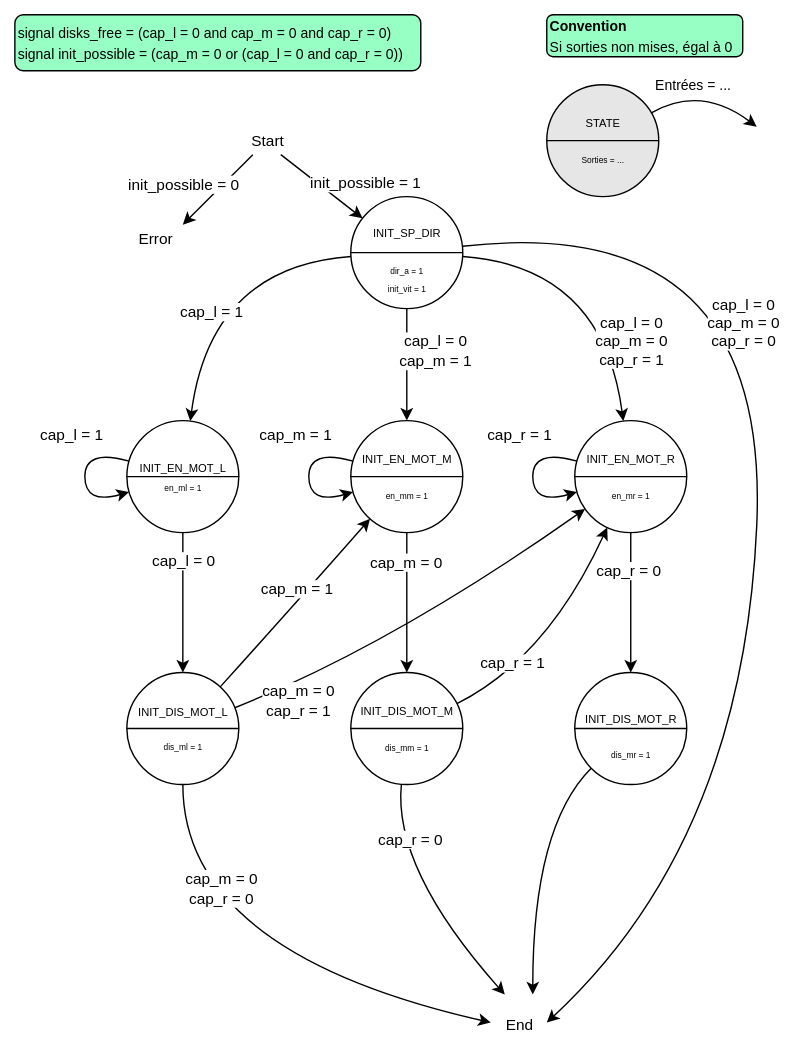
Earlier version of the draw.io export doc/images/state_init_sequence.svg (Schokiiiiiiii/csn26). Source tidied: cells renumbered, new cells last; positions are measured from the earlier drawing's top-left corner, leaving out a move shared by most shapes.
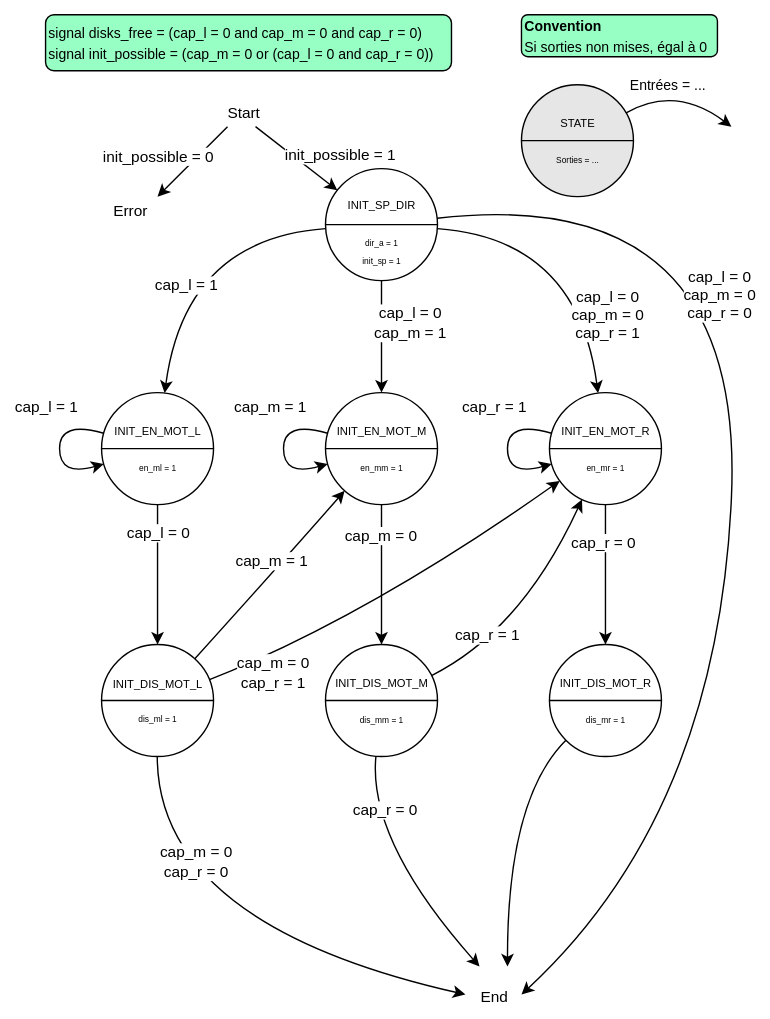
The same diagram one commit later.

Diff of the diagram source:
```diff
@@ -2,7 +2,7 @@
   <root>
     <mxCell id="0" />
     <mxCell id="1" parent="0" />
-    <mxCell id="2" value="&lt;div style=&quot;line-height: 90%;&quot;&gt;&lt;font style=&quot;font-size: 6px; line-height: 90%;&quot;&gt;&lt;span&gt;&lt;br&gt;&lt;/span&gt;&lt;/font&gt;&lt;/div&gt;&lt;div style=&quot;line-height: 90%;&quot;&gt;&lt;font style=&quot;line-height: 90%;&quot;&gt;&lt;span style=&quot;font-size: 8px;&quot;&gt;INIT_SP_DIR&lt;/span&gt;&lt;br&gt;&lt;/font&gt;&lt;div&gt;&lt;font style=&quot;font-size: 6px;&quot;&gt;&lt;br&gt;&lt;/font&gt;&lt;/div&gt;&lt;div&gt;&lt;span style=&quot;font-size: 6px;&quot;&gt;dir_a = 1&lt;br&gt;&lt;/span&gt;&lt;/div&gt;&lt;div&gt;&lt;span style=&quot;font-size: 6px;&quot;&gt;init_vit = 1&lt;/span&gt;&lt;/div&gt;&lt;/div&gt;" style="ellipse;whiteSpace=wrap;html=1;" parent="1" vertex="1">
+    <mxCell id="2" value="&lt;div style=&quot;line-height: 90%;&quot;&gt;&lt;font style=&quot;font-size: 6px; line-height: 90%;&quot;&gt;&lt;span&gt;&lt;br&gt;&lt;/span&gt;&lt;/font&gt;&lt;/div&gt;&lt;div style=&quot;line-height: 90%;&quot;&gt;&lt;font style=&quot;line-height: 90%;&quot;&gt;&lt;span style=&quot;font-size: 8px;&quot;&gt;INIT_SP_DIR&lt;/span&gt;&lt;br&gt;&lt;/font&gt;&lt;div&gt;&lt;font style=&quot;font-size: 6px;&quot;&gt;&lt;br&gt;&lt;/font&gt;&lt;/div&gt;&lt;div&gt;&lt;span style=&quot;font-size: 6px;&quot;&gt;dir_a = 1&lt;br&gt;&lt;/span&gt;&lt;/div&gt;&lt;div&gt;&lt;span style=&quot;font-size: 6px;&quot;&gt;init_sp = 1&lt;/span&gt;&lt;/div&gt;&lt;/div&gt;" style="ellipse;whiteSpace=wrap;html=1;" parent="1" vertex="1">
       <mxGeometry x="240" y="130" width="80" height="80" as="geometry" />
     </mxCell>
     <mxCell id="3" style="endArrow=none;html=1;rounded=0;exitX=0;exitY=0.5;exitDx=0;exitDy=0;entryX=1;entryY=0.5;entryDx=0;entryDy=0;" parent="1" edge="1" source="2" target="2">
@@ -19,19 +19,19 @@
       </mxGeometry>
     </mxCell>
     <mxCell id="6" value="&lt;font style=&quot;font-size: 10px;&quot;&gt;signal disks_free =&amp;nbsp;&lt;span style=&quot;background-color: transparent; color: light-dark(rgb(0, 0, 0), rgb(255, 255, 255));&quot;&gt;(cap_l = 0 and cap_m = 0 and cap_r = 0)&lt;/span&gt;&lt;/font&gt;&lt;div style=&quot;&quot;&gt;&lt;span style=&quot;background-color: transparent; color: light-dark(rgb(0, 0, 0), rgb(255, 255, 255));&quot;&gt;&lt;font style=&quot;font-size: 10px;&quot;&gt;signal init_possible = (cap_m = 0 or (cap_l = 0 and cap_r = 0))&lt;/font&gt;&lt;/span&gt;&lt;/div&gt;" style="rounded=1;whiteSpace=wrap;html=1;align=left;fillColor=#97FFC4;" parent="1" vertex="1">
-      <mxGeometry width="290" height="40" as="geometry" />
+      <mxGeometry x="40" y="20" width="290" height="40" as="geometry" />
     </mxCell>
     <mxCell id="7" value="&lt;div style=&quot;line-height: 90%;&quot;&gt;&lt;span style=&quot;font-size: 8px; background-color: transparent; color: light-dark(rgb(0, 0, 0), rgb(255, 255, 255));&quot;&gt;STATE&lt;/span&gt;&lt;/div&gt;&lt;div style=&quot;line-height: 90%;&quot;&gt;&lt;span style=&quot;font-size: 8px; background-color: transparent; color: light-dark(rgb(0, 0, 0), rgb(255, 255, 255));&quot;&gt;&lt;br&gt;&lt;/span&gt;&lt;/div&gt;&lt;div style=&quot;line-height: 90%;&quot;&gt;&lt;div&gt;&lt;span style=&quot;font-size: 6px;&quot;&gt;Sorties = ...&lt;/span&gt;&lt;/div&gt;&lt;/div&gt;" style="ellipse;whiteSpace=wrap;html=1;fillColor=#E6E6E6;" parent="1" vertex="1">
-      <mxGeometry x="380" y="50" width="80" height="80" as="geometry" />
+      <mxGeometry x="380" y="70" width="80" height="80" as="geometry" />
     </mxCell>
     <mxCell id="8" style="endArrow=none;html=1;rounded=0;exitX=0;exitY=0.5;exitDx=0;exitDy=0;entryX=1;entryY=0.5;entryDx=0;entryDy=0;" parent="1" edge="1" source="7" target="7">
       <mxGeometry relative="1" as="geometry" />
     </mxCell>
     <mxCell id="9" style="curved=1;endArrow=classic;html=1;rounded=0;" parent="1" edge="1" source="7">
       <mxGeometry relative="1" as="geometry">
-        <mxPoint x="530" y="80" as="targetPoint" />
+        <mxPoint x="530" y="100" as="targetPoint" />
         <Array as="points">
-          <mxPoint x="490" y="50" />
+          <mxPoint x="490" y="70" />
         </Array>
       </mxGeometry>
     </mxCell>
@@ -41,7 +41,7 @@
       </mxGeometry>
     </mxCell>
     <mxCell id="11" value="&lt;div&gt;&lt;font style=&quot;font-size: 10px;&quot;&gt;&lt;b&gt;Convention&lt;/b&gt;&lt;/font&gt;&lt;div&gt;&lt;font style=&quot;font-size: 10px;&quot;&gt;Si sorties non mises, égal à 0&lt;/font&gt;&lt;/div&gt;&lt;/div&gt;" style="rounded=1;whiteSpace=wrap;html=1;align=left;fillColor=#97FFC4;" parent="1" vertex="1">
-      <mxGeometry x="380" width="140" height="30" as="geometry" />
+      <mxGeometry x="380" y="20" width="140" height="30" as="geometry" />
     </mxCell>
     <mxCell id="12" style="endArrow=classic;html=1;rounded=0;" parent="1" edge="1">
       <mxGeometry relative="1" as="geometry">
@@ -62,7 +62,7 @@
     <mxCell id="15" value="init_possible = 1" style="edgeLabel;html=1;align=center;verticalAlign=middle;" parent="1" vertex="1">
       <mxGeometry x="250" y="120" as="geometry" />
     </mxCell>
-    <mxCell id="16" value="&lt;div style=&quot;line-height: 90%;&quot;&gt;&lt;span style=&quot;font-size: 8px; background-color: transparent; color: light-dark(rgb(0, 0, 0), rgb(255, 255, 255));&quot;&gt;INIT_EN_MOT_L&lt;/span&gt;&lt;/div&gt;&lt;div style=&quot;line-height: 90%;&quot;&gt;&lt;div&gt;&lt;span style=&quot;font-size: 6px;&quot;&gt;en_ml = 1&lt;/span&gt;&lt;/div&gt;&lt;/div&gt;" style="ellipse;whiteSpace=wrap;html=1;" parent="1" vertex="1">
+    <mxCell id="16" value="&lt;div style=&quot;line-height: 90%;&quot;&gt;&lt;span style=&quot;font-size: 8px; background-color: transparent; color: light-dark(rgb(0, 0, 0), rgb(255, 255, 255));&quot;&gt;INIT_EN_MOT_L&lt;/span&gt;&lt;/div&gt;&lt;div style=&quot;line-height: 90%;&quot;&gt;&lt;div&gt;&lt;span style=&quot;font-size: 6px;&quot;&gt;&lt;br&gt;&lt;/span&gt;&lt;/div&gt;&lt;div&gt;&lt;span style=&quot;font-size: 6px;&quot;&gt;en_ml = 1&lt;/span&gt;&lt;/div&gt;&lt;/div&gt;" style="ellipse;whiteSpace=wrap;html=1;" parent="1" vertex="1">
       <mxGeometry x="80" y="290" width="80" height="80" as="geometry" />
     </mxCell>
     <mxCell id="17" style="endArrow=none;html=1;rounded=0;exitX=0;exitY=0.5;exitDx=0;exitDy=0;entryX=1;entryY=0.5;entryDx=0;entryDy=0;" parent="1" edge="1" source="16" target="16">
@@ -92,7 +92,7 @@
     <mxCell id="25" style="endArrow=none;html=1;rounded=0;exitX=0;exitY=0.5;exitDx=0;exitDy=0;entryX=1;entryY=0.5;entryDx=0;entryDy=0;" parent="1" edge="1" source="24" target="24">
       <mxGeometry relative="1" as="geometry" />
     </mxCell>
-    <mxCell id="26" value="&lt;div style=&quot;line-height: 90%;&quot;&gt;&lt;font style=&quot;font-size: 6px; line-height: 90%;&quot;&gt;&lt;span&gt;&lt;br&gt;&lt;/span&gt;&lt;/font&gt;&lt;/div&gt;&lt;div style=&quot;line-height: 90%;&quot;&gt;&lt;font style=&quot;line-height: 90%;&quot;&gt;&lt;span style=&quot;font-size: 8px;&quot;&gt;INIT_DIS_MOT_R&lt;/span&gt;&lt;br&gt;&lt;/font&gt;&lt;div&gt;&lt;font style=&quot;font-size: 6px;&quot;&gt;&lt;br&gt;&lt;/font&gt;&lt;/div&gt;&lt;div&gt;&lt;span style=&quot;font-size: 6px;&quot;&gt;dis_mr = 1&lt;/span&gt;&lt;/div&gt;&lt;/div&gt;" style="ellipse;whiteSpace=wrap;html=1;" parent="1" vertex="1">
+    <mxCell id="26" value="&lt;div style=&quot;line-height: 90%;&quot;&gt;&lt;span style=&quot;font-size: 8px; background-color: transparent; color: light-dark(rgb(0, 0, 0), rgb(255, 255, 255));&quot;&gt;INIT_DIS_MOT_R&lt;/span&gt;&lt;/div&gt;&lt;div style=&quot;line-height: 90%;&quot;&gt;&lt;div&gt;&lt;font style=&quot;font-size: 6px;&quot;&gt;&lt;br&gt;&lt;/font&gt;&lt;/div&gt;&lt;div&gt;&lt;span style=&quot;font-size: 6px;&quot;&gt;dis_mr = 1&lt;/span&gt;&lt;/div&gt;&lt;/div&gt;" style="ellipse;whiteSpace=wrap;html=1;" parent="1" vertex="1">
       <mxGeometry x="400" y="470" width="80" height="80" as="geometry" />
     </mxCell>
     <mxCell id="27" style="endArrow=none;html=1;rounded=0;exitX=0;exitY=0.5;exitDx=0;exitDy=0;entryX=1;entryY=0.5;entryDx=0;entryDy=0;" parent="1" edge="1" source="26" target="26">
```
